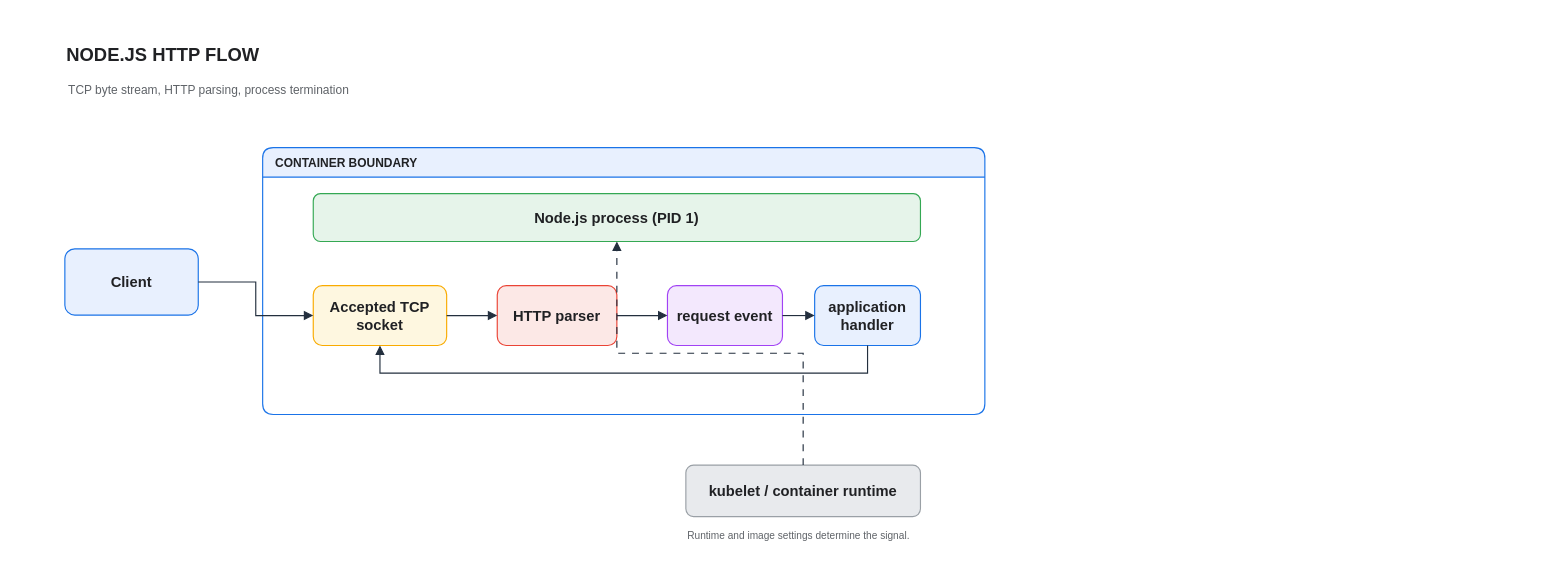
The draw.io diagram assets/img/nodejs/node-http-request-lifecycle-flow.drawio in KKamJi98/kkamji98.github.io, before the edit. Source tidied: cells renumbered, new cells numbered last; positions are measured from the earlier drawing's top-left corner, leaving out a move shared by most shapes. Both pictures are drawn from the tidied source at 92%, with x=0, y=0 at pixel (64, 34).
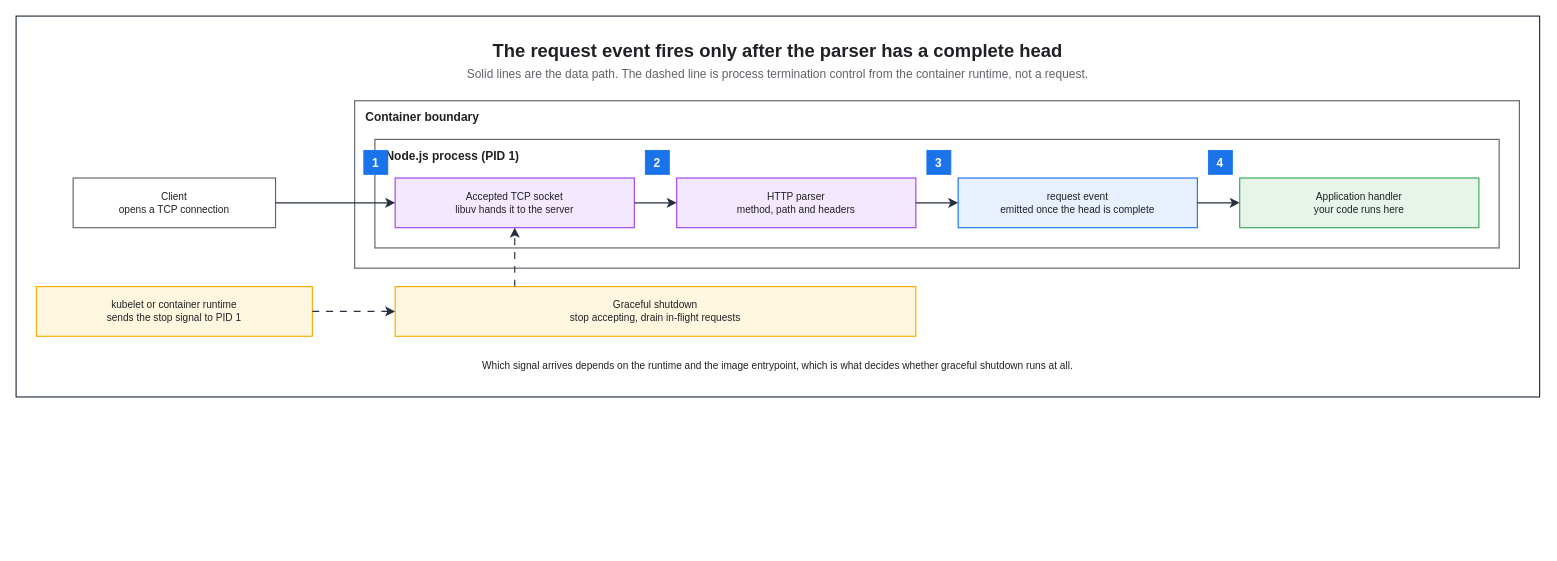
After the change.

Change to the diagram source:
```diff
@@
+    <mxCell id="19" style="rounded=0;html=0;fillColor=none;strokeColor=#232F3E;fontColor=#202124;strokeWidth=1.25;" parent="1" vertex="1">
+      <mxGeometry x="-53" y="-20" width="1656" height="414" as="geometry" />
+    </mxCell>
-    <mxCell id="2" value="NODE.JS HTTP FLOW" style="text;html=0;strokeColor=none;fillColor=none;align=left;verticalAlign=middle;fontSize=20;fontStyle=1;fontColor=#202124;" parent="1" vertex="1">
-      <mxGeometry width="760" height="40" as="geometry" />
+    <mxCell id="2" value="The request event fires only after the parser has a complete head" style="text;html=0;whiteSpace=wrap;fillColor=none;strokeColor=none;fontColor=#202124;fontSize=20;fontStyle=1;align=center;verticalAlign=middle;" parent="1" vertex="1">
+      <mxGeometry x="-31" y="2" width="1612" height="30" as="geometry" />
     </mxCell>
-    <mxCell id="3" value="TCP byte stream, HTTP parsing, process termination" style="text;html=0;strokeColor=none;fillColor=none;align=left;verticalAlign=middle;fontSize=13;fontColor=#5F6368;" parent="1" vertex="1">
-      <mxGeometry x="2" y="46" width="760" height="28" as="geometry" />
+    <mxCell id="3" value="Solid lines are the data path. The dashed line is process termination control from the container runtime, not a request." style="text;html=0;whiteSpace=wrap;fillColor=none;strokeColor=none;fontColor=#5F6368;fontSize=13;fontStyle=0;align=center;verticalAlign=middle;" parent="1" vertex="1">
+      <mxGeometry x="-31" y="32" width="1612" height="22" as="geometry" />
     </mxCell>
-    <mxCell id="4" value="Client" style="rounded=1;whiteSpace=wrap;html=0;fillColor=#E8F0FE;strokeColor=#1A73E8;strokeWidth=1.25;fontColor=#202124;fontSize=16;fontStyle=1;" parent="1" vertex="1">
-      <mxGeometry y="233" width="145" height="72" as="geometry" />
-    </mxCell>
-    <mxCell id="5" value="CONTAINER BOUNDARY" style="swimlane;horizontal=1;startSize=32;rounded=1;arcSize=12;html=0;fillColor=#E8F0FE;swimlaneFillColor=#FFFFFF;strokeColor=#1A73E8;strokeWidth=1.25;fontColor=#202124;fontSize=13;fontStyle=1;align=left;spacingLeft=12;" parent="1" vertex="1">
-      <mxGeometry x="215" y="123" width="785" height="290" as="geometry" />
+    <mxCell id="5" value="Container boundary" style="rounded=0;whiteSpace=wrap;html=0;fillColor=none;strokeColor=#5F6368;fontColor=#202124;fontSize=13;fontStyle=1;align=left;verticalAlign=top;spacingLeft=10;spacingTop=4;strokeWidth=1.25;dashed=0;" parent="1" vertex="1">
+      <mxGeometry x="315" y="72" width="1266" height="182" as="geometry" />
     </mxCell>
-    <mxCell id="6" value="Node.js process (PID 1)" style="rounded=1;whiteSpace=wrap;html=0;fillColor=#E6F4EA;strokeColor=#34A853;strokeWidth=1.25;fontColor=#202124;fontSize=16;fontStyle=1;" parent="1" vertex="1">
-      <mxGeometry x="270" y="173" width="660" height="52" as="geometry" />
+    <mxCell id="6" value="Node.js process (PID 1)" style="rounded=0;whiteSpace=wrap;html=0;fillColor=none;strokeColor=#5F6368;fontColor=#202124;fontSize=13;fontStyle=1;align=left;verticalAlign=top;spacingLeft=10;spacingTop=4;strokeWidth=1.25;dashed=0;" parent="1" vertex="1">
+      <mxGeometry x="337" y="114" width="1222" height="118" as="geometry" />
     </mxCell>
-    <mxCell id="7" value="Accepted TCP socket" style="rounded=1;whiteSpace=wrap;html=0;fillColor=#FEF7E0;strokeColor=#F9AB00;strokeWidth=1.25;fontColor=#202124;fontSize=16;fontStyle=1;" parent="1" vertex="1">
-      <mxGeometry x="270" y="273" width="145" height="65" as="geometry" />
-    </mxCell>
-    <mxCell id="8" value="HTTP parser" style="rounded=1;whiteSpace=wrap;html=0;fillColor=#FCE8E6;strokeColor=#EA4335;strokeWidth=1.25;fontColor=#202124;fontSize=16;fontStyle=1;" parent="1" vertex="1">
-      <mxGeometry x="470" y="273" width="130" height="65" as="geometry" />
-    </mxCell>
-    <mxCell id="9" value="request event" style="rounded=1;whiteSpace=wrap;html=0;fillColor=#F3E8FD;strokeColor=#A142F4;strokeWidth=1.25;fontColor=#202124;fontSize=16;fontStyle=1;" parent="1" vertex="1">
-      <mxGeometry x="655" y="273" width="125" height="65" as="geometry" />
-    </mxCell>
+    <mxCell id="4" value="Client&#10;opens a TCP connection" style="rounded=0;whiteSpace=wrap;html=0;fillColor=#FFFFFF;strokeColor=#5F6368;fontColor=#202124;fontSize=11;fontStyle=0;align=center;verticalAlign=middle;spacingLeft=6;spacingRight=6;strokeWidth=1.25;" parent="1" vertex="1">
+      <mxGeometry x="9" y="156" width="220" height="54" as="geometry" />
+    </mxCell>
+    <mxCell id="20" value="Accepted TCP socket&#10;libuv hands it to the server" style="rounded=0;whiteSpace=wrap;html=0;fillColor=#F3E8FD;strokeColor=#A142F4;fontColor=#202124;fontSize=11;fontStyle=0;align=center;verticalAlign=middle;spacingLeft=6;spacingRight=6;strokeWidth=1.25;" parent="1" vertex="1">
+      <mxGeometry x="359" y="156" width="260" height="54" as="geometry" />
+    </mxCell>
+    <mxCell id="21" value="HTTP parser&#10;method, path and headers" style="rounded=0;whiteSpace=wrap;html=0;fillColor=#F3E8FD;strokeColor=#A142F4;fontColor=#202124;fontSize=11;fontStyle=0;align=center;verticalAlign=middle;spacingLeft=6;spacingRight=6;strokeWidth=1.25;" parent="1" vertex="1">
+      <mxGeometry x="665" y="156" width="260" height="54" as="geometry" />
+    </mxCell>
+    <mxCell id="22" value="request event&#10;emitted once the head is complete" style="rounded=0;whiteSpace=wrap;html=0;fillColor=#E8F0FE;strokeColor=#1A73E8;fontColor=#202124;fontSize=11;fontStyle=0;align=center;verticalAlign=middle;spacingLeft=6;spacingRight=6;strokeWidth=1.25;" parent="1" vertex="1">
+      <mxGeometry x="971" y="156" width="260" height="54" as="geometry" />
+    </mxCell>
-    <mxCell id="10" value="application handler" style="rounded=1;whiteSpace=wrap;html=0;fillColor=#E8F0FE;strokeColor=#1A73E8;strokeWidth=1.25;fontColor=#202124;fontSize=16;fontStyle=1;" parent="1" vertex="1">
-      <mxGeometry x="815" y="273" width="115" height="65" as="geometry" />
+    <mxCell id="10" value="Application handler&#10;your code runs here" style="rounded=0;whiteSpace=wrap;html=0;fillColor=#E6F4EA;strokeColor=#34A853;fontColor=#202124;fontSize=11;fontStyle=0;align=center;verticalAlign=middle;spacingLeft=6;spacingRight=6;strokeWidth=1.25;" parent="1" vertex="1">
+      <mxGeometry x="1277" y="156" width="260" height="54" as="geometry" />
     </mxCell>
-    <mxCell id="11" style="edgeStyle=orthogonalEdgeStyle;rounded=0;html=0;strokeColor=#232F3E;strokeWidth=1.25;endArrow=block;endFill=1;fontColor=#202124;fontSize=11;labelBackgroundColor=none;endSize=7;" parent="1" edge="1" source="4" target="7">
-      <mxGeometry relative="1" as="geometry" />
-    </mxCell>
-    <mxCell id="12" style="edgeStyle=orthogonalEdgeStyle;rounded=0;html=0;strokeColor=#232F3E;strokeWidth=1.25;endArrow=block;endFill=1;fontColor=#202124;fontSize=11;labelBackgroundColor=none;endSize=7;" parent="1" edge="1" source="7" target="8">
-      <mxGeometry relative="1" as="geometry" />
-    </mxCell>
-    <mxCell id="13" style="edgeStyle=orthogonalEdgeStyle;rounded=0;html=0;strokeColor=#232F3E;strokeWidth=1.25;endArrow=block;endFill=1;fontColor=#202124;fontSize=11;labelBackgroundColor=none;endSize=7;" parent="1" edge="1" source="8" target="9">
-      <mxGeometry relative="1" as="geometry" />
-    </mxCell>
-    <mxCell id="14" style="edgeStyle=orthogonalEdgeStyle;rounded=0;html=0;strokeColor=#232F3E;strokeWidth=1.25;endArrow=block;endFill=1;fontColor=#202124;fontSize=11;labelBackgroundColor=none;endSize=7;" parent="1" edge="1" source="9" target="10">
-      <mxGeometry relative="1" as="geometry" />
-    </mxCell>
-    <mxCell id="15" style="edgeStyle=orthogonalEdgeStyle;rounded=0;html=0;strokeColor=#232F3E;strokeWidth=1.25;endArrow=block;endFill=1;fontColor=#202124;fontSize=11;labelBackgroundColor=none;exitX=0.5;exitY=1;entryX=0.5;entryY=1;endSize=7;" parent="1" edge="1" source="10" target="7">
-      <mxGeometry relative="1" as="geometry">
-        <Array as="points">
-          <mxPoint x="872.5" y="368" />
-          <mxPoint x="342.5" y="368" />
-        </Array>
-      </mxGeometry>
-    </mxCell>
-    <mxCell id="16" value="kubelet / container runtime" style="rounded=1;whiteSpace=wrap;html=0;fillColor=#E8EAED;strokeColor=#9AA0A6;strokeWidth=1.25;fontColor=#202124;fontSize=16;fontStyle=1;" parent="1" vertex="1">
-      <mxGeometry x="675" y="468" width="255" height="56" as="geometry" />
+    <mxCell id="16" value="kubelet or container runtime&#10;sends the stop signal to PID 1" style="rounded=0;whiteSpace=wrap;html=0;fillColor=#FEF7E0;strokeColor=#F9AB00;fontColor=#202124;fontSize=11;fontStyle=0;align=center;verticalAlign=middle;spacingLeft=6;spacingRight=6;strokeWidth=1.25;" parent="1" vertex="1">
+      <mxGeometry x="-31" y="274" width="300" height="54" as="geometry" />
     </mxCell>
-    <mxCell id="17" style="edgeStyle=orthogonalEdgeStyle;rounded=0;html=0;dashed=1;dashPattern=6 6;strokeColor=#232F3E;strokeWidth=1.25;endArrow=block;endFill=1;fontColor=#202124;fontSize=11;labelBackgroundColor=none;endSize=7;" parent="1" edge="1" source="16" target="6">
-      <mxGeometry relative="1" as="geometry" />
-    </mxCell>
-    <mxCell id="18" value="Runtime and image settings determine the signal." style="text;html=0;strokeColor=none;fillColor=none;align=left;verticalAlign=middle;fontSize=11;fontColor=#5F6368;" parent="1" vertex="1">
-      <mxGeometry x="675" y="532" width="330" height="24" as="geometry" />
+    <mxCell id="18" value="Which signal arrives depends on the runtime and the image entrypoint, which is what decides whether graceful shutdown runs at all." style="text;html=0;whiteSpace=wrap;fillColor=none;strokeColor=none;fontColor=#202124;fontSize=11;fontStyle=0;align=center;verticalAlign=middle;" parent="1" vertex="1">
+      <mxGeometry x="-31" y="348" width="1612" height="24" as="geometry" />
     </mxCell>
+    <mxCell id="23" value="Graceful shutdown&#10;stop accepting, drain in-flight requests" style="rounded=0;whiteSpace=wrap;html=0;fillColor=#FEF7E0;strokeColor=#F9AB00;fontColor=#202124;fontSize=11;fontStyle=0;align=center;verticalAlign=middle;spacingLeft=6;spacingRight=6;strokeWidth=1.25;" parent="1" vertex="1">
+      <mxGeometry x="359" y="274" width="566" height="54" as="geometry" />
+    </mxCell>
+    <mxCell id="24" value="1" style="rounded=0;whiteSpace=wrap;html=0;fillColor=#1A73E8;strokeColor=#1A73E8;fontColor=#FFFFFF;fontSize=13;fontStyle=1;align=center;verticalAlign=middle;" parent="1" vertex="1">
+      <mxGeometry x="325" y="126" width="26" height="26" as="geometry" />
+    </mxCell>
+    <mxCell id="25" value="2" style="rounded=0;whiteSpace=wrap;html=0;fillColor=#1A73E8;strokeColor=#1A73E8;fontColor=#FFFFFF;fontSize=13;fontStyle=1;align=center;verticalAlign=middle;" parent="1" vertex="1">
+      <mxGeometry x="631" y="126" width="26" height="26" as="geometry" />
+    </mxCell>
+    <mxCell id="26" value="3" style="rounded=0;whiteSpace=wrap;html=0;fillColor=#1A73E8;strokeColor=#1A73E8;fontColor=#FFFFFF;fontSize=13;fontStyle=1;align=center;verticalAlign=middle;" parent="1" vertex="1">
+      <mxGeometry x="937" y="126" width="26" height="26" as="geometry" />
+    </mxCell>
+    <mxCell id="27" value="4" style="rounded=0;whiteSpace=wrap;html=0;fillColor=#1A73E8;strokeColor=#1A73E8;fontColor=#FFFFFF;fontSize=13;fontStyle=1;align=center;verticalAlign=middle;" parent="1" vertex="1">
+      <mxGeometry x="1243" y="126" width="26" height="26" as="geometry" />
+    </mxCell>
+    <mxCell id="28" style="edgeStyle=orthogonalEdgeStyle;rounded=0;html=0;strokeColor=#232F3E;strokeWidth=1.25;endArrow=classic;endFill=1;endSize=7;fontSize=11;fontColor=#202124;labelBackgroundColor=none;jettySize=14;exitX=1;exitY=0.5;entryX=0;entryY=0.5;exitDx=0;exitDy=0;entryDx=0;entryDy=0;" parent="1" edge="1" source="4" target="20">
+      <mxGeometry relative="1" as="geometry" />
+    </mxCell>
+    <mxCell id="29" style="edgeStyle=orthogonalEdgeStyle;rounded=0;html=0;strokeColor=#232F3E;strokeWidth=1.25;endArrow=classic;endFill=1;endSize=7;fontSize=11;fontColor=#202124;labelBackgroundColor=none;jettySize=14;exitX=1;exitY=0.5;entryX=0;entryY=0.5;exitDx=0;exitDy=0;entryDx=0;entryDy=0;" parent="1" edge="1" source="20" target="21">
+      <mxGeometry relative="1" as="geometry" />
+    </mxCell>
+    <mxCell id="30" style="edgeStyle=orthogonalEdgeStyle;rounded=0;html=0;strokeColor=#232F3E;strokeWidth=1.25;endArrow=classic;endFill=1;endSize=7;fontSize=11;fontColor=#202124;labelBackgroundColor=none;jettySize=14;exitX=1;exitY=0.5;entryX=0;entryY=0.5;exitDx=0;exitDy=0;entryDx=0;entryDy=0;" parent="1" edge="1" source="21" target="22">
+      <mxGeometry relative="1" as="geometry" />
+    </mxCell>
+    <mxCell id="31" style="edgeStyle=orthogonalEdgeStyle;rounded=0;html=0;strokeColor=#232F3E;strokeWidth=1.25;endArrow=classic;endFill=1;endSize=7;fontSize=11;fontColor=#202124;labelBackgroundColor=none;jettySize=14;exitX=1;exitY=0.5;entryX=0;entryY=0.5;exitDx=0;exitDy=0;entryDx=0;entryDy=0;" parent="1" edge="1" source="22" target="10">
+      <mxGeometry relative="1" as="geometry" />
+    </mxCell>
+    <mxCell id="32" style="edgeStyle=orthogonalEdgeStyle;rounded=0;html=0;strokeColor=#232F3E;strokeWidth=1.25;endArrow=classic;endFill=1;endSize=7;fontSize=11;fontColor=#202124;labelBackgroundColor=none;jettySize=14;dashed=1;dashPattern=6 6;exitX=1;exitY=0.5;entryX=0;entryY=0.5;exitDx=0;exitDy=0;entryDx=0;entryDy=0;" parent="1" edge="1" source="16" target="23">
+      <mxGeometry relative="1" as="geometry" />
+    </mxCell>
+    <mxCell id="33" style="edgeStyle=orthogonalEdgeStyle;rounded=0;html=0;strokeColor=#232F3E;strokeWidth=1.25;endArrow=classic;endFill=1;endSize=7;fontSize=11;fontColor=#202124;labelBackgroundColor=none;jettySize=14;dashed=1;dashPattern=6 6;exitX=0.2297;exitY=0;entryX=0.5;entryY=1;exitDx=0;exitDy=0;entryDx=0;entryDy=0;" parent="1" edge="1" source="23" target="20">
+      <mxGeometry relative="1" as="geometry" />
+    </mxCell>
```
